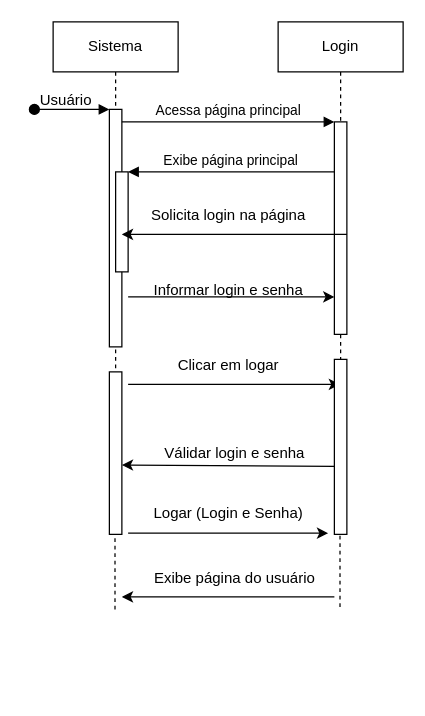
Before: Diagrama sem nome.drawio in Claudinei-RDC/Ti, a draw.io diagram. Source tidied: cells renumbered, new cells numbered last; positions are measured from the earlier drawing's top-left corner, leaving out a move shared by most shapes. Both pictures are drawn from the tidied source at 125%, with x=0, y=0 at pixel (28, 21).
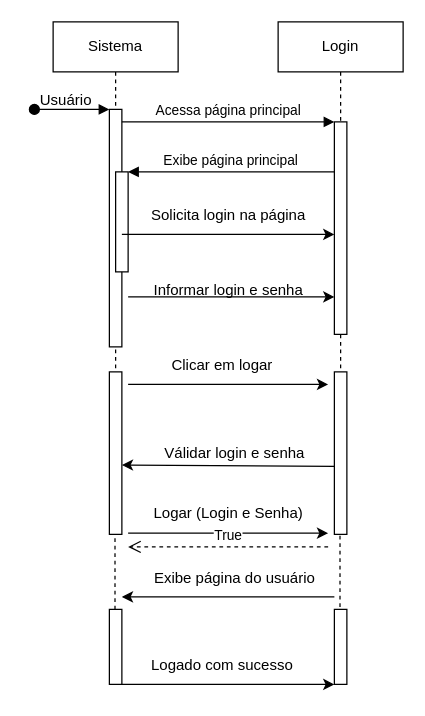
Above is the later version.

The change refers to these unchanged cells:
```xml
<mxCell id="6" value="Login" style="shape=umlLifeline;perimeter=lifelinePerimeter;whiteSpace=wrap;html=1;outlineConnect=0;portConstraint=eastwest;newEdgeStyle={&quot;edgeStyle&quot;:&quot;elbowEdgeStyle&quot;,&quot;elbow&quot;:&quot;vertical&quot;,&quot;curved&quot;:0,&quot;rounded&quot;:0};" parent="1" vertex="1">
  <mxGeometry x="200" width="100" height="300" as="geometry" />
</mxCell>
```

Change to the diagram source:
```diff
@@
     <mxCell id="2" value="Sistema" style="shape=umlLifeline;perimeter=lifelinePerimeter;whiteSpace=wrap;html=1;newEdgeStyle={&quot;edgeStyle&quot;:&quot;elbowEdgeStyle&quot;,&quot;elbow&quot;:&quot;vertical&quot;,&quot;curved&quot;:0,&quot;rounded&quot;:0};" parent="1" vertex="1">
-      <mxGeometry x="20" width="100" height="300" as="geometry" />
+      <mxGeometry x="20" width="100" height="290" as="geometry" />
     </mxCell>
@@
-    <mxCell id="12" style="endArrow=classic;html=1;rounded=0;" parent="1" edge="1" target="6">
+    <mxCell id="12" style="endArrow=classic;html=1;rounded=0;" parent="1" edge="1">
       <mxGeometry relative="1" as="geometry">
         <mxPoint x="80" y="290" as="sourcePoint" />
+        <mxPoint x="240" y="290" as="targetPoint" />
       </mxGeometry>
     </mxCell>
     <mxCell id="13" value="Clicar em logar" style="text;html=1;align=center;verticalAlign=middle;strokeColor=none;fillColor=none;" parent="1" vertex="1">
-      <mxGeometry x="110" y="260" width="100" height="30" as="geometry" />
+      <mxGeometry x="105" y="260" width="100" height="30" as="geometry" />
     </mxCell>
@@
-    <mxCell id="17" style="endArrow=classic;html=1;rounded=0;" parent="1" edge="1">
-      <mxGeometry relative="1" as="geometry">
-        <mxPoint x="255" y="170" as="sourcePoint" />
-        <mxPoint x="75" y="170" as="targetPoint" />
-      </mxGeometry>
-    </mxCell>
@@
     <mxCell id="20" style="html=1;perimeter=orthogonalPerimeter;targetShapes=umlLifeline;newEdgeStyle={&quot;edgeStyle&quot;:&quot;elbowEdgeStyle&quot;,&quot;elbow&quot;:&quot;vertical&quot;,&quot;curved&quot;:0,&quot;rounded&quot;:0};" parent="1" vertex="1">
-      <mxGeometry x="245" y="270" width="10" height="140" as="geometry" />
+      <mxGeometry x="245" y="280" width="10" height="130" as="geometry" />
     </mxCell>
@@
+    <mxCell id="27" style="html=1;perimeter=orthogonalPerimeter;targetShapes=umlLifeline;newEdgeStyle={&quot;edgeStyle&quot;:&quot;elbowEdgeStyle&quot;,&quot;elbow&quot;:&quot;vertical&quot;,&quot;curved&quot;:0,&quot;rounded&quot;:0};" parent="1" vertex="1">
+      <mxGeometry x="65" y="470" width="10" height="60" as="geometry" />
+    </mxCell>
+    <mxCell id="28" style="html=1;perimeter=orthogonalPerimeter;targetShapes=umlLifeline;newEdgeStyle={&quot;edgeStyle&quot;:&quot;elbowEdgeStyle&quot;,&quot;elbow&quot;:&quot;vertical&quot;,&quot;curved&quot;:0,&quot;rounded&quot;:0};" parent="1" vertex="1">
+      <mxGeometry x="245" y="470" width="10" height="60" as="geometry" />
+    </mxCell>
+    <mxCell id="29" style="endArrow=classic;html=1;rounded=0;" parent="1" edge="1">
+      <mxGeometry relative="1" as="geometry">
+        <mxPoint x="75" y="530" as="sourcePoint" />
+        <mxPoint x="245" y="530" as="targetPoint" />
+      </mxGeometry>
+    </mxCell>
+    <mxCell id="30" value="Logado com sucesso" style="text;html=1;align=center;verticalAlign=middle;strokeColor=none;fillColor=none;" parent="1" vertex="1">
+      <mxGeometry x="85" y="500" width="140" height="30" as="geometry" />
+    </mxCell>
+    <mxCell id="31" style="endArrow=classic;html=1;rounded=0;" parent="1" edge="1">
+      <mxGeometry relative="1" as="geometry">
+        <mxPoint x="75" y="170" as="sourcePoint" />
+        <mxPoint x="245" y="170" as="targetPoint" />
+      </mxGeometry>
+    </mxCell>
+    <mxCell id="32" value="True" style="html=1;verticalAlign=bottom;endArrow=open;dashed=1;endSize=8;curved=0;rounded=0;" parent="1" edge="1">
+      <mxGeometry relative="1" as="geometry">
+        <mxPoint x="240" y="420" as="sourcePoint" />
+        <mxPoint x="80" y="420" as="targetPoint" />
+      </mxGeometry>
+    </mxCell>
```
